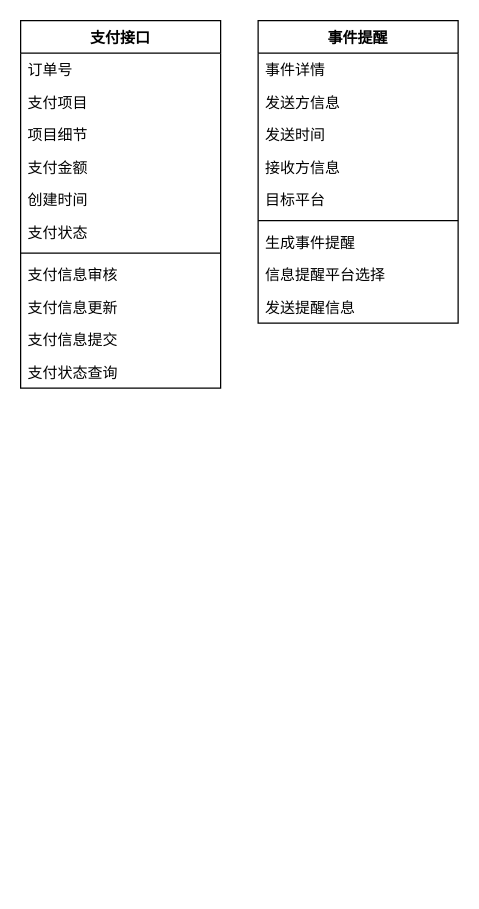
The draw.io diagram IS_HW_2_AC.drawio in YuanchenZhu2020/DrawIO, before the edit. Source tidied: cells renumbered, new cells numbered last; positions are measured from the earlier drawing's top-left corner, leaving out a move shared by most shapes. Both pictures are drawn from the tidied source at 125%, with x=0, y=0 at pixel (20, 20).
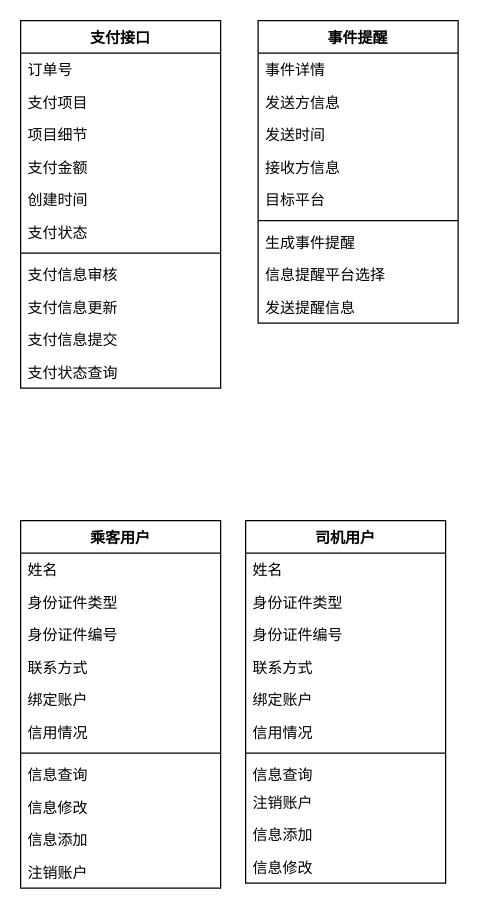
After the change.

Diff of the diagram source:
```diff
@@
+    <mxCell id="24" value="乘客用户" style="swimlane;fontStyle=1;align=center;verticalAlign=top;horizontal=1;startSize=26;" parent="1" vertex="1">
+      <mxGeometry y="400" width="160" height="294" as="geometry" />
+    </mxCell>
+    <mxCell id="25" value="姓名" style="text;strokeColor=none;fillColor=none;align=left;verticalAlign=top;spacingLeft=4;spacingRight=4;overflow=hidden;" parent="24" vertex="1">
+      <mxGeometry y="26" width="160" height="26" as="geometry" />
+    </mxCell>
+    <mxCell id="26" value="身份证件类型" style="text;strokeColor=none;fillColor=none;align=left;verticalAlign=top;spacingLeft=4;spacingRight=4;overflow=hidden;" parent="24" vertex="1">
+      <mxGeometry y="52" width="160" height="26" as="geometry" />
+    </mxCell>
+    <mxCell id="27" value="身份证件编号" style="text;strokeColor=none;fillColor=none;align=left;verticalAlign=top;spacingLeft=4;spacingRight=4;overflow=hidden;" parent="24" vertex="1">
+      <mxGeometry y="78" width="160" height="26" as="geometry" />
+    </mxCell>
+    <mxCell id="28" value="联系方式" style="text;strokeColor=none;fillColor=none;align=left;verticalAlign=top;spacingLeft=4;spacingRight=4;overflow=hidden;" parent="24" vertex="1">
+      <mxGeometry y="104" width="160" height="26" as="geometry" />
+    </mxCell>
+    <mxCell id="29" value="绑定账户" style="text;strokeColor=none;fillColor=none;align=left;verticalAlign=top;spacingLeft=4;spacingRight=4;overflow=hidden;" parent="24" vertex="1">
+      <mxGeometry y="130" width="160" height="26" as="geometry" />
+    </mxCell>
+    <mxCell id="30" value="信用情况" style="text;strokeColor=none;fillColor=none;align=left;verticalAlign=top;spacingLeft=4;spacingRight=4;overflow=hidden;" parent="24" vertex="1">
+      <mxGeometry y="156" width="160" height="26" as="geometry" />
+    </mxCell>
+    <mxCell id="31" style="line;strokeWidth=1;fillColor=none;align=left;verticalAlign=middle;spacingTop=-1;spacingLeft=3;spacingRight=3;labelPosition=right;" parent="24" vertex="1">
+      <mxGeometry y="182" width="160" height="8" as="geometry" />
+    </mxCell>
+    <mxCell id="32" value="信息查询" style="text;strokeColor=none;fillColor=none;align=left;verticalAlign=top;spacingLeft=4;spacingRight=4;overflow=hidden;" parent="24" vertex="1">
+      <mxGeometry y="190" width="160" height="26" as="geometry" />
+    </mxCell>
+    <mxCell id="33" value="信息修改" style="text;strokeColor=none;fillColor=none;align=left;verticalAlign=top;spacingLeft=4;spacingRight=4;overflow=hidden;" parent="24" vertex="1">
+      <mxGeometry y="216" width="160" height="26" as="geometry" />
+    </mxCell>
+    <mxCell id="34" value="信息添加" style="text;strokeColor=none;fillColor=none;align=left;verticalAlign=top;spacingLeft=4;spacingRight=4;overflow=hidden;" parent="24" vertex="1">
+      <mxGeometry y="242" width="160" height="26" as="geometry" />
+    </mxCell>
+    <mxCell id="35" value="注销账户" style="text;strokeColor=none;fillColor=none;align=left;verticalAlign=top;spacingLeft=4;spacingRight=4;overflow=hidden;" parent="24" vertex="1">
+      <mxGeometry y="268" width="160" height="26" as="geometry" />
+    </mxCell>
+    <mxCell id="36" value="司机用户" style="swimlane;fontStyle=1;align=center;verticalAlign=top;horizontal=1;startSize=26;" parent="1" vertex="1">
+      <mxGeometry x="180" y="400" width="160" height="290" as="geometry" />
+    </mxCell>
+    <mxCell id="37" value="姓名" style="text;strokeColor=none;fillColor=none;align=left;verticalAlign=top;spacingLeft=4;spacingRight=4;overflow=hidden;" parent="36" vertex="1">
+      <mxGeometry y="26" width="160" height="26" as="geometry" />
+    </mxCell>
+    <mxCell id="38" value="身份证件类型" style="text;strokeColor=none;fillColor=none;align=left;verticalAlign=top;spacingLeft=4;spacingRight=4;overflow=hidden;" parent="36" vertex="1">
+      <mxGeometry y="52" width="160" height="26" as="geometry" />
+    </mxCell>
+    <mxCell id="39" value="身份证件编号" style="text;strokeColor=none;fillColor=none;align=left;verticalAlign=top;spacingLeft=4;spacingRight=4;overflow=hidden;" parent="36" vertex="1">
+      <mxGeometry y="78" width="160" height="26" as="geometry" />
+    </mxCell>
+    <mxCell id="40" value="联系方式" style="text;strokeColor=none;fillColor=none;align=left;verticalAlign=top;spacingLeft=4;spacingRight=4;overflow=hidden;" parent="36" vertex="1">
+      <mxGeometry y="104" width="160" height="26" as="geometry" />
+    </mxCell>
+    <mxCell id="41" value="绑定账户" style="text;strokeColor=none;fillColor=none;align=left;verticalAlign=top;spacingLeft=4;spacingRight=4;overflow=hidden;" parent="36" vertex="1">
+      <mxGeometry y="130" width="160" height="26" as="geometry" />
+    </mxCell>
+    <mxCell id="42" value="信用情况" style="text;strokeColor=none;fillColor=none;align=left;verticalAlign=top;spacingLeft=4;spacingRight=4;overflow=hidden;" parent="36" vertex="1">
+      <mxGeometry y="156" width="160" height="26" as="geometry" />
+    </mxCell>
+    <mxCell id="43" style="line;strokeWidth=1;fillColor=none;align=left;verticalAlign=middle;spacingTop=-1;spacingLeft=3;spacingRight=3;labelPosition=right;" parent="36" vertex="1">
+      <mxGeometry y="182" width="160" height="8" as="geometry" />
+    </mxCell>
+    <mxCell id="44" value="信息查询" style="text;strokeColor=none;fillColor=none;align=left;verticalAlign=top;spacingLeft=4;spacingRight=4;overflow=hidden;" parent="36" vertex="1">
+      <mxGeometry y="190" width="160" height="22" as="geometry" />
+    </mxCell>
+    <mxCell id="45" value="注销账户" style="text;strokeColor=none;fillColor=none;align=left;verticalAlign=top;spacingLeft=4;spacingRight=4;overflow=hidden;" parent="36" vertex="1">
+      <mxGeometry y="212" width="160" height="26" as="geometry" />
+    </mxCell>
+    <mxCell id="46" value="信息添加" style="text;strokeColor=none;fillColor=none;align=left;verticalAlign=top;spacingLeft=4;spacingRight=4;overflow=hidden;" parent="36" vertex="1">
+      <mxGeometry y="238" width="160" height="26" as="geometry" />
+    </mxCell>
+    <mxCell id="47" value="信息修改" style="text;strokeColor=none;fillColor=none;align=left;verticalAlign=top;spacingLeft=4;spacingRight=4;overflow=hidden;" parent="36" vertex="1">
+      <mxGeometry y="264" width="160" height="26" as="geometry" />
+    </mxCell>
```
